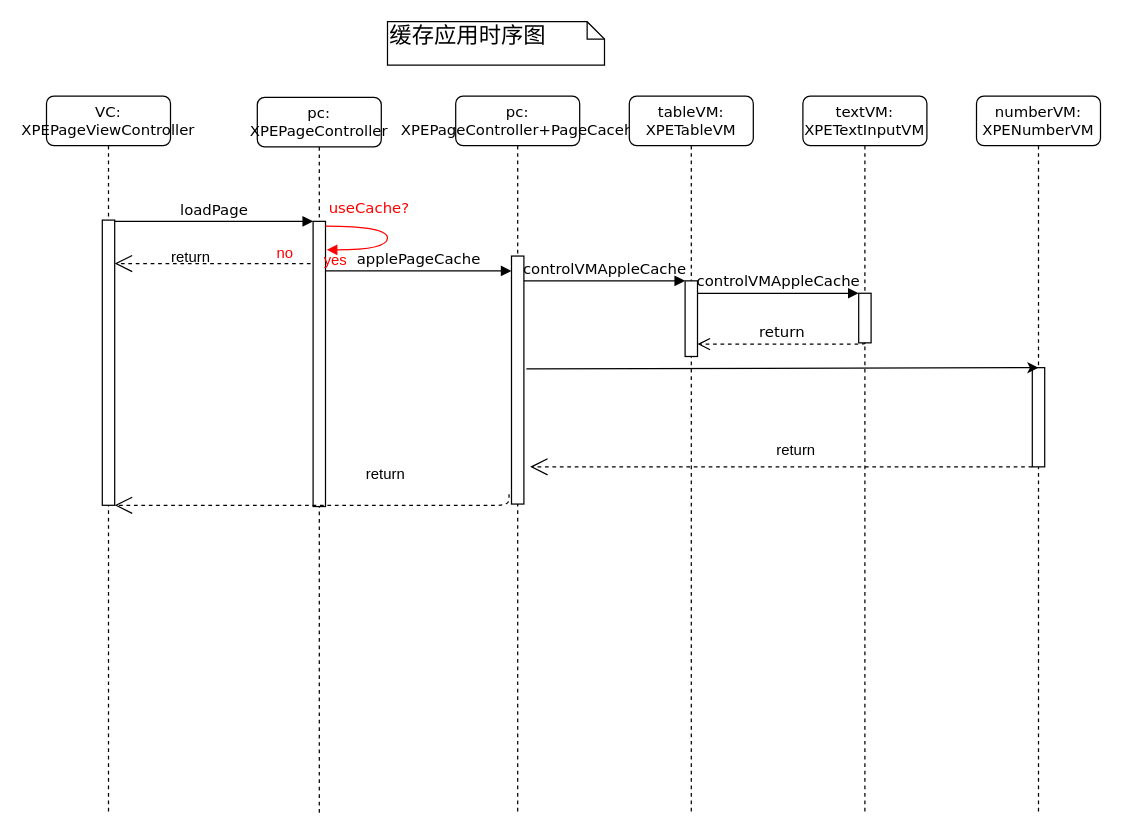
codeYMF/UML keeps this draw.io diagram as 缓存时序图.drawio. Above is the earlier version. Source tidied: cells renumbered, new cells numbered last; positions are measured from the earlier drawing's top-left corner, leaving out a move shared by most shapes. Both pictures are drawn from the tidied source at 124%, with x=0, y=0 at pixel (46, 21).
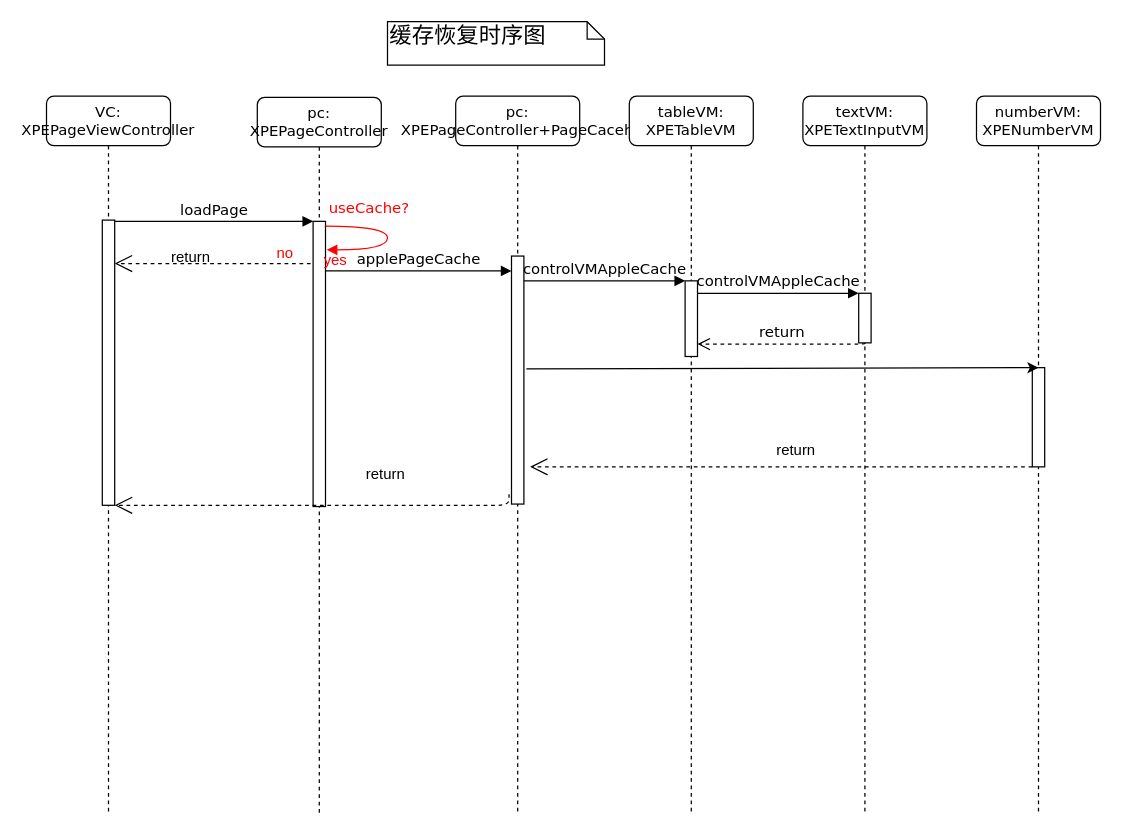
The same diagram, later.

Commit message:
Update 缓存时序图.drawio

Diff of the diagram source:
```diff
@@
-    <mxCell id="20" value="&lt;font style=&quot;font-size: 18px&quot;&gt;缓存应用时序图&lt;/font&gt;" style="shape=note;whiteSpace=wrap;html=1;size=14;verticalAlign=top;align=left;spacingTop=-6;rounded=0;shadow=0;comic=0;labelBackgroundColor=none;strokeColor=#000000;strokeWidth=1;fillColor=#FFFFFF;fontFamily=Verdana;fontSize=12;fontColor=#000000;" parent="1" vertex="1">
+    <mxCell id="20" value="&lt;font style=&quot;font-size: 18px&quot;&gt;缓存恢复时序图&lt;/font&gt;" style="shape=note;whiteSpace=wrap;html=1;size=14;verticalAlign=top;align=left;spacingTop=-6;rounded=0;shadow=0;comic=0;labelBackgroundColor=none;strokeColor=#000000;strokeWidth=1;fillColor=#FFFFFF;fontFamily=Verdana;fontSize=12;fontColor=#000000;" parent="1" vertex="1">
       <mxGeometry x="275" width="175" height="35" as="geometry" />
     </mxCell>
```
